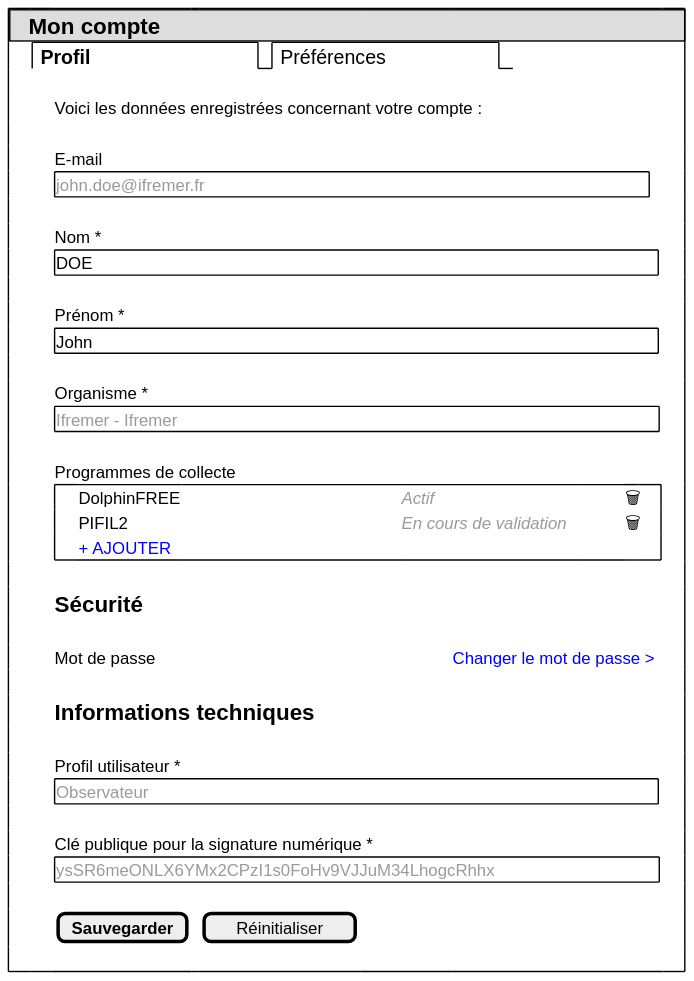
The PlantUML diagram projects/common/spe/images/program-access-rights-management-account.svg in sumaris-net/sumaris-doc, before a commit.
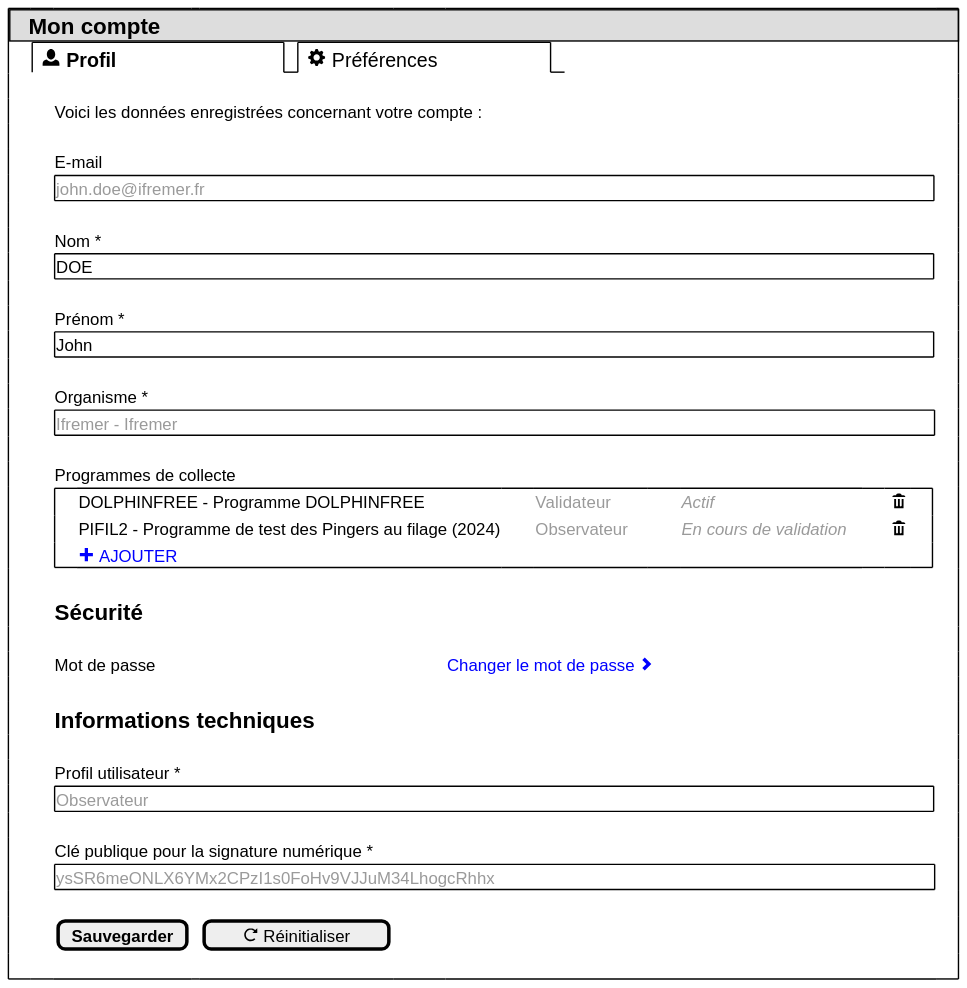
Later version of the same file.

Commit message:
[enh] Mock-up update and user rights and privileges correction

Diff of the diagram source:
```diff
@@ -2,42 +2,42 @@
 {
     {+
         {* <color:dddddd> | <size:16><b>Mon compte} | * | * | * | * | * | * | *
-        <color:ffffff>++ | {/ <size:14><b> Profil                              </b></size> | <size:14> Préférences                    </size> } | * | * | * | * | * | <color:ffffff>++
+        <color:ffffff>++ | {/ <size:16> </size><size:18><&person></size><size:14><b> Profil                              </b></size> | <size:16> </size><size:18><&cog></size><size:14> Préférences                    </size> } | * | * | * | * | * | <color:ffffff>++
         . | . | . | . | . | . | . | .
         . | <color:ffffff>++ | Voici les données enregistrées concernant votre compte : | * | * | * | * | .
         . | . | . | . | . | . | . | .
         . | . | E-mail | * | * | * | * | .
-        . | . | {+ <color:#9a9a9a>john.doe@ifremer.fr                                                                                               </color>} | * | * | * | * | .
+        . | . | {+ <color:#9a9a9a>john.doe@ifremer.fr                                                                                                                                                            </color>} | * | * | * | * | .
         . | . | . | . | . | . | . | .
         . | . | Nom * | * | * | * | * | .
-        . | . | {+ <size:12>DOE                                                                                                                         </size> } | * | * | * | * | .
+        . | . | {+ <size:12>DOE                                                                                                                                                                                    </size> } | * | * | * | * | .
         . | . | . | . | . | . | . | .
         . | . | Prénom * | * | * | * | * | .
-        . | . | {+ <size:12>John                                                                                                                         </size> } | * | * | * | * | .
+        . | . | {+ <size:12>John                                                                                                                                                                                    </size> } | * | * | * | * | .
         . | . | . | . | . | . | . | .
         . | . | Organisme * | * | * | * | * | .
-        . | . | {+ <color:#9a9a9a>Ifremer - Ifremer                                                                                                       </color>} | * | * | * | * | .
+        . | . | {+ <color:#9a9a9a>Ifremer - Ifremer                                                                                                                                                                  </color>} | * | * | * | * | .
         . | . | . | . | . | . | . | .
         . | . | Programmes de collecte | * | * | * | * | .
         . | . | {+
-                    <color:ffffff>++ | DolphinFREE | <color:ffffff>++++++++++++++++++++++ | <i><color:#9a9a9a>Actif</color> | <color:ffffff>++++ | 🗑 | <color:ffffff>++
-                    . | PIFIL2 | . | <i><color:#9a9a9a>En cours de validation   </color> | . | 🗑 | .
-                    . | <color:0000ff>+ AJOUTER | * | * | * | * | *
+                    <color:ffffff>++ | DOLPHINFREE - Programme DOLPHINFREE | <color:ffffff>+++ | <color:#9a9a9a>Validateur</color> | <color:ffffff>+++ | <i><color:#9a9a9a>Actif</color> | <color:ffffff>++ | <size:13> </size><size:16><&trash> | <color:ffffff>++
+                    . | PIFIL2 - Programme de test des Pingers au filage (2024) | . | <color:#9a9a9a>Observateur    </color> | . | <i><color:#9a9a9a>En cours de validation   </color> | . | <size:13> </size><size:16><&trash> | .
+                    . | <color:0000ff><size:14><&plus></size> AJOUTER | * | * | * | * | * | * | *
                 } | * | * | * | * | .
         . | . | . | . | . | . | . | .
         . | . | <size:16><b>Sécurité | * | * | * | * | .
         . | . | . | . | . | . | . | .
-        . | . | Mot de passe | * | * | <color:ffffff>+++++++++ | <color:0000ff>Changer le mot de passe > | .
+        . | . | Mot de passe | * | * | <color:ffffff>+++++ | <color:0000ff>Changer le mot de passe <size:14><&chevron-right></size> | .
         . | . | . | . | . | . | . | .
         . | . | <size:16><b>Informations techniques | * | * | * | * | .
         . | . | . | . | . | . | . | .
         . | . | Profil utilisateur * | * | * | * | * | .
-        . | . | {+ <color:#9a9a9a>Observateur                                                                                                             </color>} | * | * | * | * | .
+        . | . | {+ <color:#9a9a9a>Observateur                                                                                                                                                                        </color>} | * | * | * | * | .
         . | . | . | . | . | . | . | .
         . | . | Clé publique pour la signature numérique * | * | * | * | * | .
-        . | . | {+ <color:#9a9a9a>ysSR6meONLX6YMx2CPzI1s0FoHv9VJJuM34LhogcRhhx                                   </color>} | * | * | * | * | .
+        . | . | {+ <color:#9a9a9a>ysSR6meONLX6YMx2CPzI1s0FoHv9VJJuM34LhogcRhhx                                                                                              </color>} | * | * | * | * | .
         . | . | . | . | . | . | . | .
-        . | . | [<b>Sauvegarder] | . | [Réinitialiser] | . | .
+        . | . | [<b>Sauvegarder] | . | [<size:14><&reload></size> Réinitialiser] | . | .
         . | . | . | . | . | . | . | .
     }
 }
```
